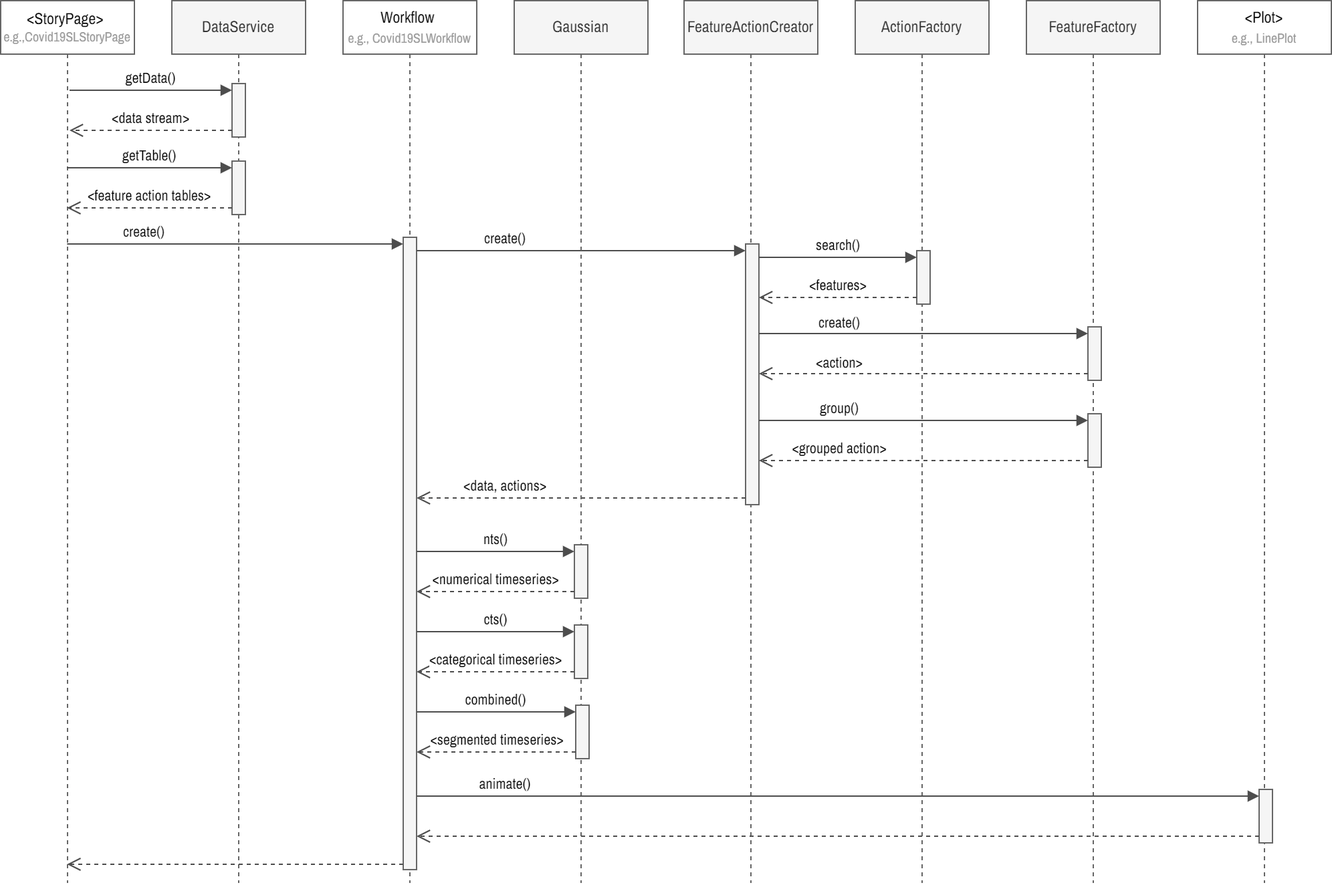
Earlier version of the draw.io export public/static/doc/sequence-diagram.png (saifulkhan/storytelling-vis). Source tidied: cells renumbered, new cells last; positions are measured from the earlier drawing's top-left corner, leaving out a move shared by most shapes.
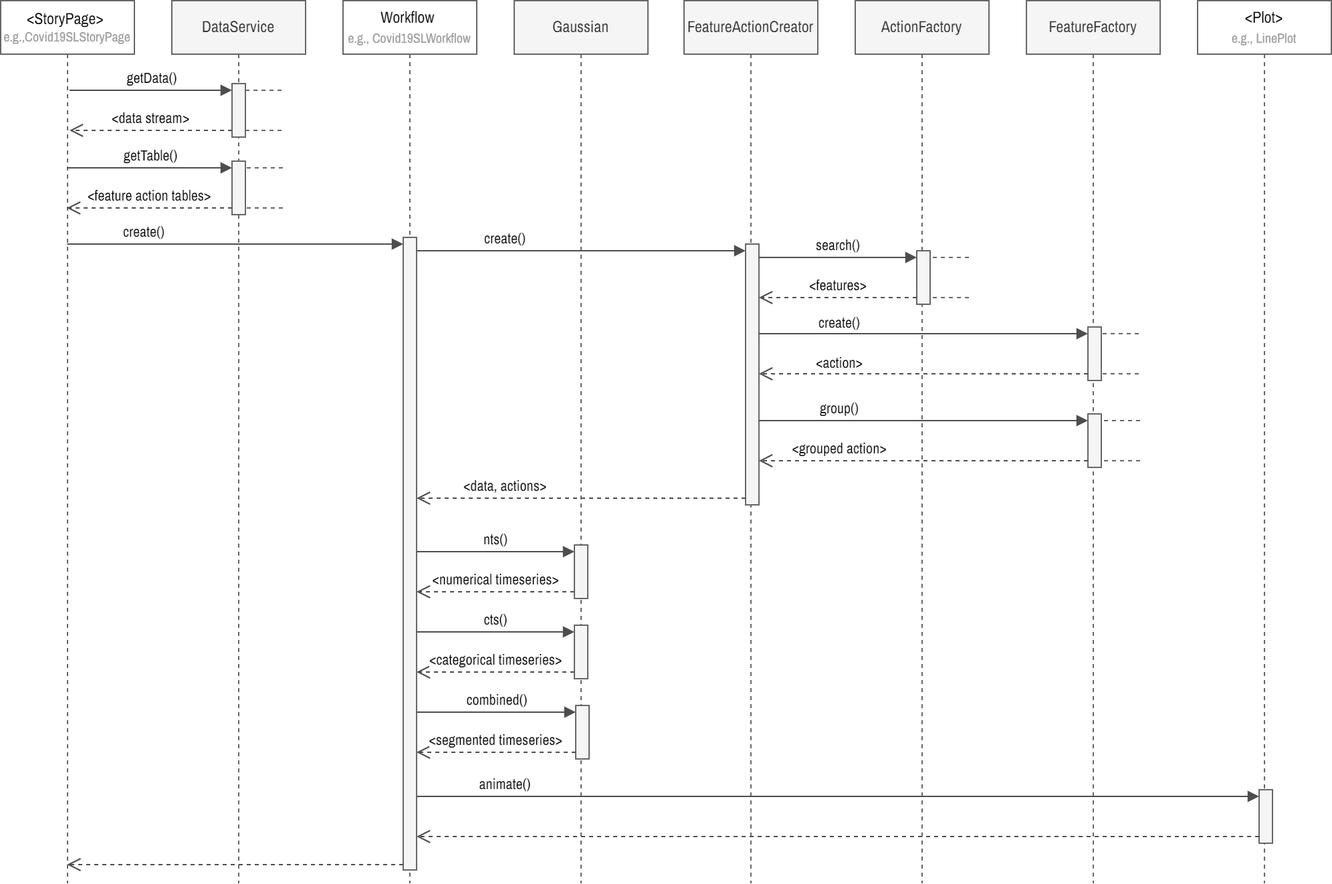
After the commit.

The edit, as a diff of the source:
```diff
@@ -138,5 +138,65 @@
         <mxPoint x="49.7" y="646" as="targetPoint" />
       </mxGeometry>
     </mxCell>
+    <mxCell id="43" style="endArrow=none;dashed=1;html=1;rounded=0;strokeColor=#666666;" parent="1" edge="1">
+      <mxGeometry relative="1" as="geometry">
+        <mxPoint x="697" y="192" as="sourcePoint" />
+        <mxPoint x="727" y="192" as="targetPoint" />
+      </mxGeometry>
+    </mxCell>
+    <mxCell id="44" style="endArrow=none;dashed=1;html=1;rounded=0;strokeColor=#666666;" parent="1" edge="1">
+      <mxGeometry relative="1" as="geometry">
+        <mxPoint x="697" y="222" as="sourcePoint" />
+        <mxPoint x="727" y="222" as="targetPoint" />
+      </mxGeometry>
+    </mxCell>
+    <mxCell id="45" style="endArrow=none;dashed=1;html=1;rounded=0;strokeColor=#666666;" parent="1" edge="1">
+      <mxGeometry relative="1" as="geometry">
+        <mxPoint x="824" y="249" as="sourcePoint" />
+        <mxPoint x="854" y="249" as="targetPoint" />
+      </mxGeometry>
+    </mxCell>
+    <mxCell id="46" style="endArrow=none;dashed=1;html=1;rounded=0;strokeColor=#666666;" parent="1" edge="1">
+      <mxGeometry relative="1" as="geometry">
+        <mxPoint x="824" y="279" as="sourcePoint" />
+        <mxPoint x="854" y="279" as="targetPoint" />
+      </mxGeometry>
+    </mxCell>
+    <mxCell id="47" style="endArrow=none;dashed=1;html=1;rounded=0;strokeColor=#666666;" parent="1" edge="1">
+      <mxGeometry relative="1" as="geometry">
+        <mxPoint x="825" y="314" as="sourcePoint" />
+        <mxPoint x="855" y="314" as="targetPoint" />
+      </mxGeometry>
+    </mxCell>
+    <mxCell id="48" style="endArrow=none;dashed=1;html=1;rounded=0;strokeColor=#666666;" parent="1" edge="1">
+      <mxGeometry relative="1" as="geometry">
+        <mxPoint x="825" y="344" as="sourcePoint" />
+        <mxPoint x="855" y="344" as="targetPoint" />
+      </mxGeometry>
+    </mxCell>
+    <mxCell id="49" style="endArrow=none;dashed=1;html=1;rounded=0;strokeColor=#666666;" parent="1" edge="1">
+      <mxGeometry relative="1" as="geometry">
+        <mxPoint x="183" y="67" as="sourcePoint" />
+        <mxPoint x="213" y="67" as="targetPoint" />
+      </mxGeometry>
+    </mxCell>
+    <mxCell id="50" style="endArrow=none;dashed=1;html=1;rounded=0;strokeColor=#666666;" parent="1" edge="1">
+      <mxGeometry relative="1" as="geometry">
+        <mxPoint x="183" y="97" as="sourcePoint" />
+        <mxPoint x="213" y="97" as="targetPoint" />
+      </mxGeometry>
+    </mxCell>
+    <mxCell id="51" style="endArrow=none;dashed=1;html=1;rounded=0;strokeColor=#666666;" parent="1" edge="1">
+      <mxGeometry relative="1" as="geometry">
+        <mxPoint x="184" y="125" as="sourcePoint" />
+        <mxPoint x="214" y="125" as="targetPoint" />
+      </mxGeometry>
+    </mxCell>
+    <mxCell id="52" style="endArrow=none;dashed=1;html=1;rounded=0;strokeColor=#666666;" parent="1" edge="1">
+      <mxGeometry relative="1" as="geometry">
+        <mxPoint x="184" y="155" as="sourcePoint" />
+        <mxPoint x="214" y="155" as="targetPoint" />
+      </mxGeometry>
+    </mxCell>
   </root>
 </mxGraphModel>
```
